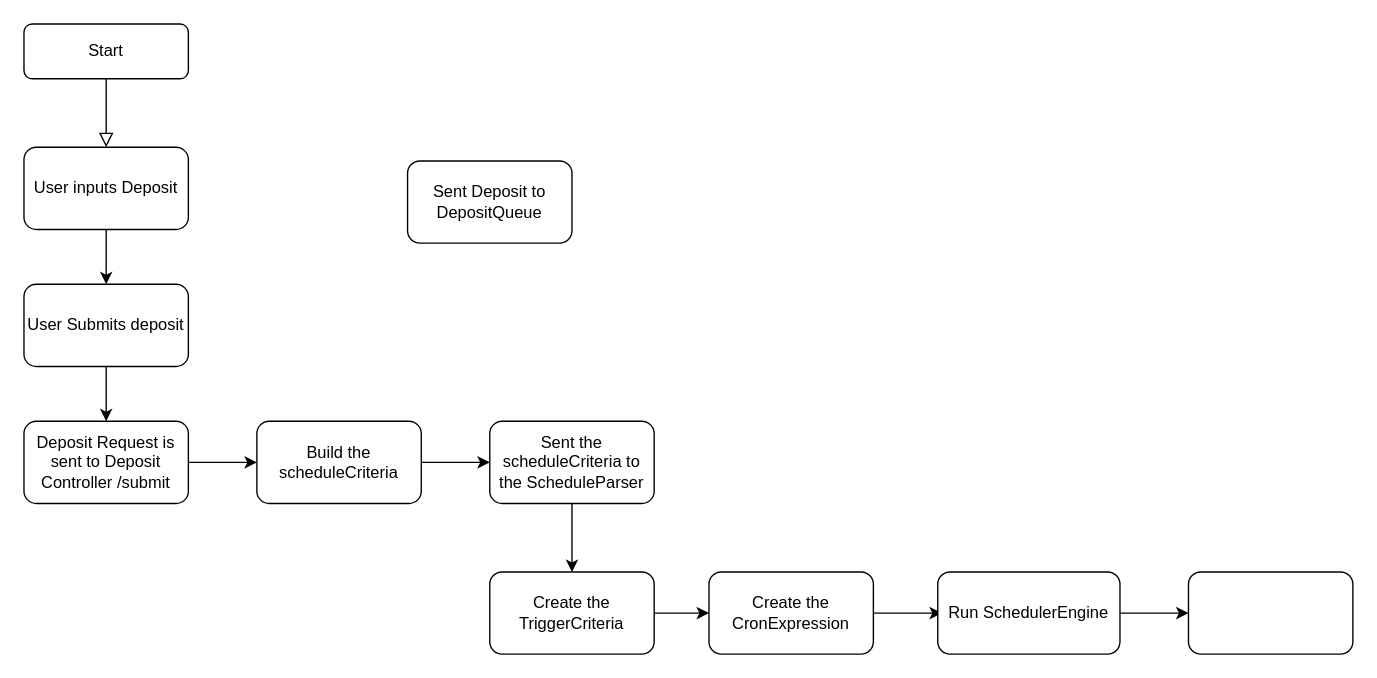
This is AeroBankApp/DepositProcess.drawio from AKing982/AeroBankApp, a draw.io file, before an edit. Source tidied: cells renumbered, new cells numbered last; positions are measured from the earlier drawing's top-left corner, leaving out a move shared by most shapes. Both pictures are drawn from the tidied source at 137%, with x=0, y=0 at pixel (23, 23).
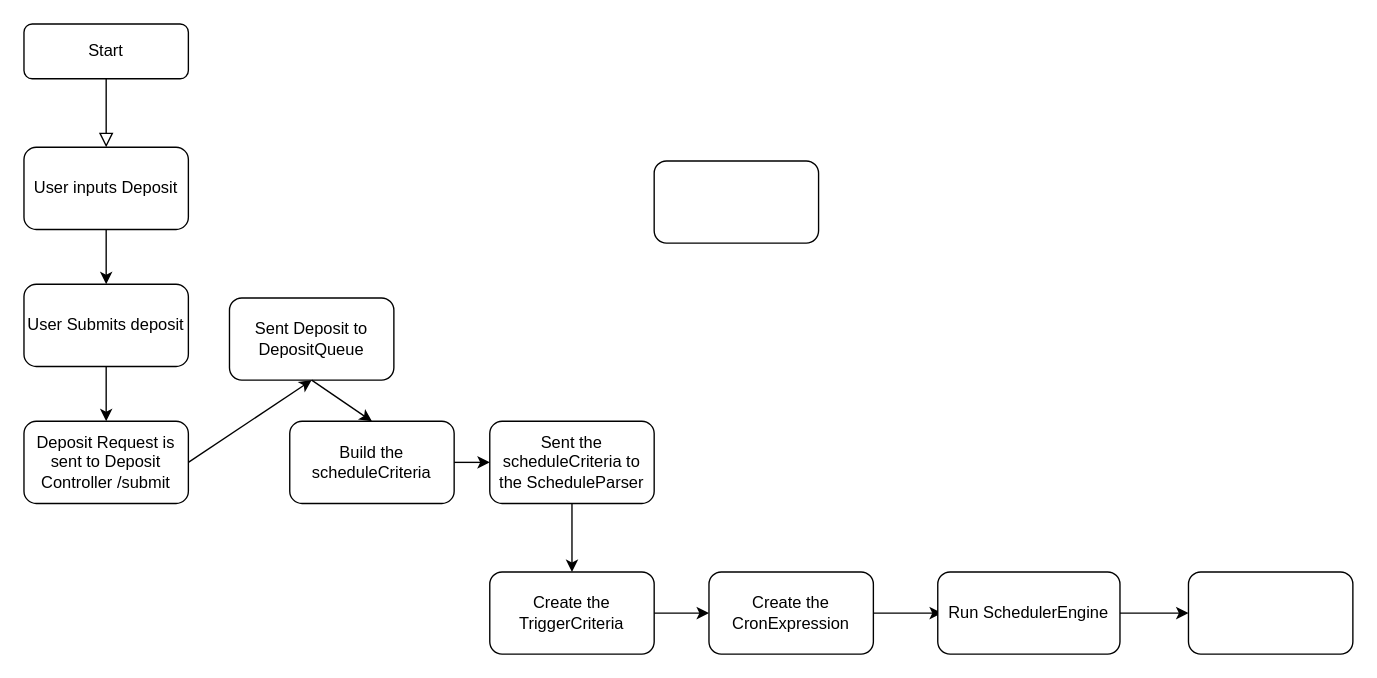
After the change.

The change refers to these unchanged cells:
```xml
<mxCell id="8" value="Deposit Request is sent to Deposit Controller /submit" style="rounded=1;whiteSpace=wrap;html=1;" parent="1" vertex="1">
  <mxGeometry y="290" width="120" height="60" as="geometry" />
</mxCell>
<mxCell id="13" value="Sent the scheduleCriteria to the ScheduleParser" style="rounded=1;whiteSpace=wrap;html=1;" parent="1" vertex="1">
  <mxGeometry x="340" y="290" width="120" height="60" as="geometry" />
</mxCell>
```

The edit, as a diff of the source:
```diff
@@
-    <mxCell id="9" style="endArrow=classic;html=1;rounded=0;exitX=1;exitY=0.5;exitDx=0;exitDy=0;" parent="1" edge="1" source="8" target="10">
-      <mxGeometry relative="1" as="geometry" />
-    </mxCell>
     <mxCell id="10" value="Build the scheduleCriteria" style="rounded=1;whiteSpace=wrap;html=1;" parent="1" vertex="1">
-      <mxGeometry x="170" y="290" width="120" height="60" as="geometry" />
+      <mxGeometry x="194" y="290" width="120" height="60" as="geometry" />
     </mxCell>
-    <mxCell id="11" style="endArrow=classic;html=1;rounded=0;exitX=1;exitY=0.5;exitDx=0;exitDy=0;" parent="1" edge="1" source="10">
-      <mxGeometry relative="1" as="geometry">
-        <mxPoint x="340" y="320" as="targetPoint" />
-      </mxGeometry>
-    </mxCell>
@@
     <mxCell id="21" value="Sent Deposit to DepositQueue" style="rounded=1;whiteSpace=wrap;html=1;" parent="1" vertex="1">
-      <mxGeometry x="280" y="100" width="120" height="60" as="geometry" />
+      <mxGeometry x="150" y="200" width="120" height="60" as="geometry" />
     </mxCell>
+    <mxCell id="22" style="rounded=1;whiteSpace=wrap;html=1;" parent="1" vertex="1">
+      <mxGeometry x="460" y="100" width="120" height="60" as="geometry" />
+    </mxCell>
+    <mxCell id="23" style="endArrow=classic;html=1;rounded=0;exitX=1;exitY=0.5;exitDx=0;exitDy=0;entryX=0.5;entryY=1;entryDx=0;entryDy=0;" parent="1" edge="1" source="8" target="21">
+      <mxGeometry relative="1" as="geometry" />
+    </mxCell>
+    <mxCell id="24" style="endArrow=classic;html=1;rounded=0;exitX=0.5;exitY=1;exitDx=0;exitDy=0;entryX=0.5;entryY=0;entryDx=0;entryDy=0;" parent="1" edge="1" source="21" target="10">
+      <mxGeometry relative="1" as="geometry" />
+    </mxCell>
+    <mxCell id="25" style="endArrow=classic;html=1;rounded=0;entryX=0;entryY=0.5;entryDx=0;entryDy=0;exitX=1;exitY=0.5;exitDx=0;exitDy=0;" parent="1" edge="1" source="10" target="13">
+      <mxGeometry relative="1" as="geometry" />
+    </mxCell>
```
